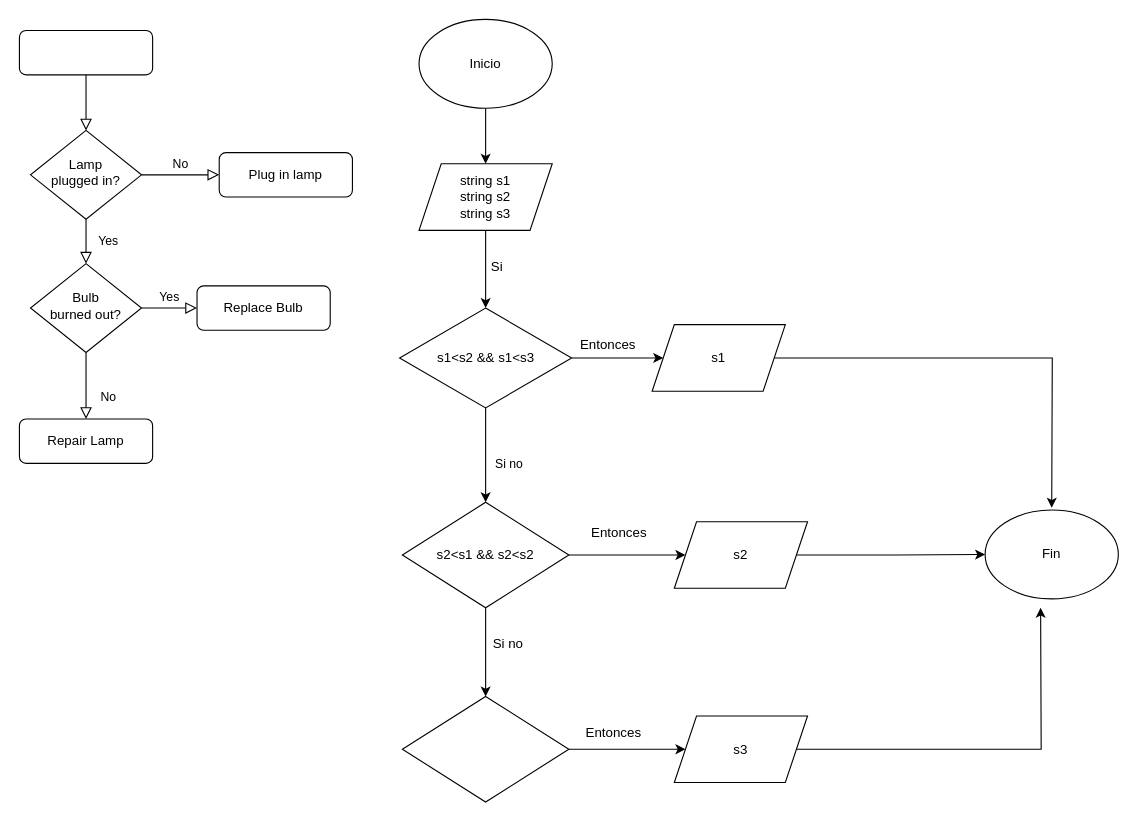
Earlier version of the draw.io diagram Diagrama sin título.drawio (Dakotaflores/Diagramasdeflujo). Source tidied: cells renumbered, new cells numbered last; positions are measured from the earlier drawing's top-left corner, leaving out a move shared by most shapes. Both pictures are drawn from the tidied source at 111%, with x=0, y=0 at pixel (19, 19).
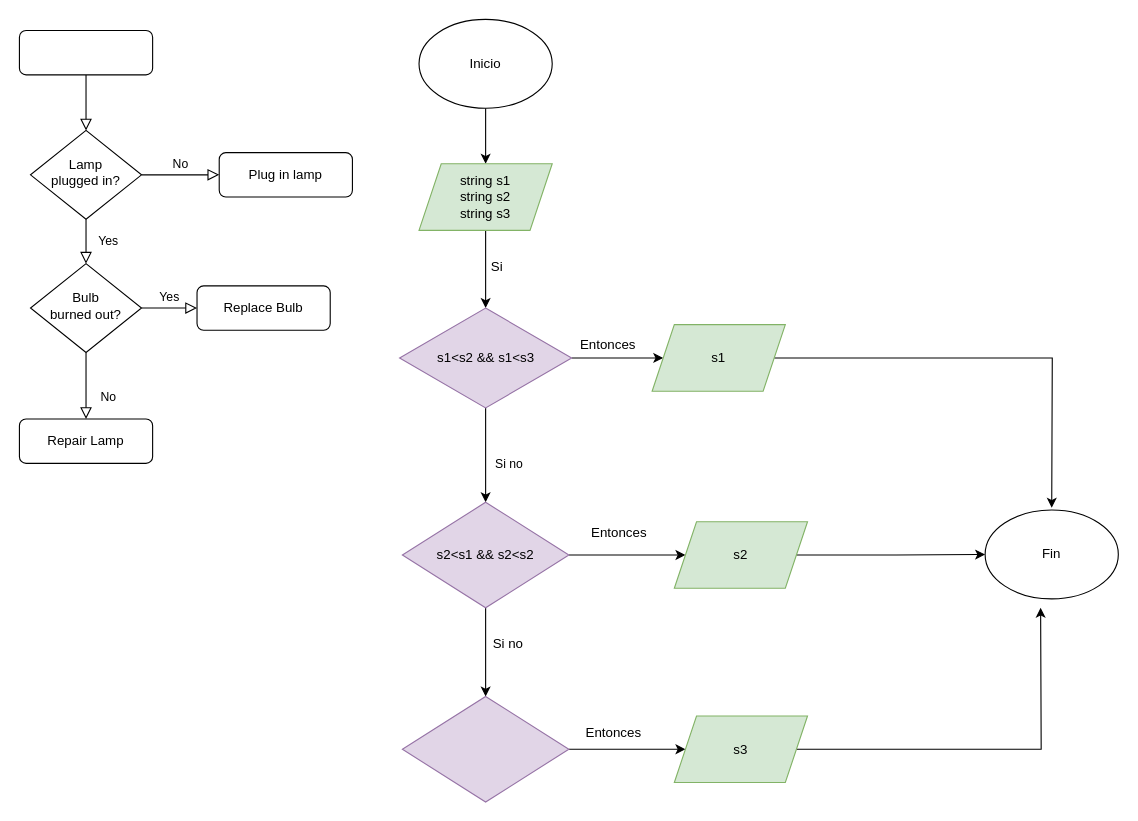
The same page after the edit.

The edit, as a diff of the source:
```diff
@@
-    <mxCell id="16" value="string s1&lt;div&gt;string s2&lt;/div&gt;&lt;div&gt;string s3&lt;/div&gt;" style="shape=parallelogram;perimeter=parallelogramPerimeter;whiteSpace=wrap;html=1;fixedSize=1;" parent="1" vertex="1">
+    <mxCell id="16" value="string s1&lt;div&gt;string s2&lt;/div&gt;&lt;div&gt;string s3&lt;/div&gt;" style="shape=parallelogram;perimeter=parallelogramPerimeter;whiteSpace=wrap;html=1;fixedSize=1;fillColor=#d5e8d4;strokeColor=#82b366;" parent="1" vertex="1">
       <mxGeometry x="360" y="130" width="120" height="60" as="geometry" />
     </mxCell>
@@
-    <mxCell id="20" value="s1&amp;lt;s2 &amp;amp;&amp;amp; s1&amp;lt;s3" style="rhombus;whiteSpace=wrap;html=1;" parent="1" vertex="1">
+    <mxCell id="20" value="s1&amp;lt;s2 &amp;amp;&amp;amp; s1&amp;lt;s3" style="rhombus;whiteSpace=wrap;html=1;fillColor=#e1d5e7;strokeColor=#9673a6;" parent="1" vertex="1">
       <mxGeometry x="342.5" y="260" width="155" height="90" as="geometry" />
     </mxCell>
@@
-    <mxCell id="23" value="s1" style="shape=parallelogram;perimeter=parallelogramPerimeter;whiteSpace=wrap;html=1;fixedSize=1;" parent="1" vertex="1">
+    <mxCell id="23" value="s1" style="shape=parallelogram;perimeter=parallelogramPerimeter;whiteSpace=wrap;html=1;fixedSize=1;fillColor=#d5e8d4;strokeColor=#82b366;" parent="1" vertex="1">
       <mxGeometry x="570" y="275" width="120" height="60" as="geometry" />
     </mxCell>
@@
-    <mxCell id="27" value="s2&amp;lt;s1 &amp;amp;&amp;amp; s2&amp;lt;s2" style="rhombus;whiteSpace=wrap;html=1;" parent="1" vertex="1">
+    <mxCell id="27" value="s2&amp;lt;s1 &amp;amp;&amp;amp; s2&amp;lt;s2" style="rhombus;whiteSpace=wrap;html=1;fillColor=#e1d5e7;strokeColor=#9673a6;" parent="1" vertex="1">
       <mxGeometry x="345" y="435" width="150" height="95" as="geometry" />
     </mxCell>
@@
-    <mxCell id="29" value="s2" style="shape=parallelogram;perimeter=parallelogramPerimeter;whiteSpace=wrap;html=1;fixedSize=1;" parent="1" vertex="1">
+    <mxCell id="29" value="s2" style="shape=parallelogram;perimeter=parallelogramPerimeter;whiteSpace=wrap;html=1;fixedSize=1;fillColor=#d5e8d4;strokeColor=#82b366;" parent="1" vertex="1">
       <mxGeometry x="590" y="452.5" width="120" height="60" as="geometry" />
     </mxCell>
@@
-    <mxCell id="31" style="rhombus;whiteSpace=wrap;html=1;" parent="1" vertex="1">
+    <mxCell id="31" style="rhombus;whiteSpace=wrap;html=1;fillColor=#e1d5e7;strokeColor=#9673a6;" parent="1" vertex="1">
       <mxGeometry x="345" y="610" width="150" height="95" as="geometry" />
     </mxCell>
@@
-    <mxCell id="34" value="s3" style="shape=parallelogram;perimeter=parallelogramPerimeter;whiteSpace=wrap;html=1;fixedSize=1;" parent="1" vertex="1">
+    <mxCell id="34" value="s3" style="shape=parallelogram;perimeter=parallelogramPerimeter;whiteSpace=wrap;html=1;fixedSize=1;fillColor=#d5e8d4;strokeColor=#82b366;" parent="1" vertex="1">
       <mxGeometry x="590" y="627.5" width="120" height="60" as="geometry" />
     </mxCell>
```
